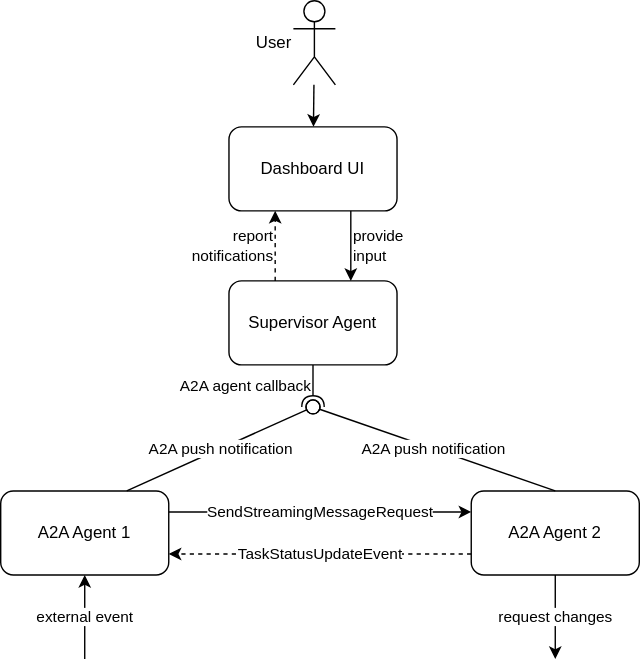
This is drawings/agent/background.drawio.svg from LeegenSteven/NetworkAgent-dev, a draw.io export, as it was before one commit. Source tidied: cells renumbered, new cells last; positions are measured from the earlier drawing's top-left corner, leaving out a move shared by most shapes. Source of this version:
```xml
<mxGraphModel>
  <root>
    <mxCell id="0" />
    <mxCell id="1" parent="0" />
    <mxCell id="2" value="TaskStatusUpdateEvent" style="edgeStyle=none;html=1;dashed=1;entryX=1;entryY=0.75;entryDx=0;entryDy=0;exitX=0;exitY=0.75;exitDx=0;exitDy=0;" parent="1" edge="1" source="4" target="13">
      <mxGeometry relative="1" as="geometry" />
    </mxCell>
    <mxCell id="3" value="request changes" style="edgeStyle=none;html=1;" parent="1" edge="1" source="4">
      <mxGeometry relative="1" as="geometry">
        <mxPoint x="396" y="470" as="targetPoint" />
      </mxGeometry>
    </mxCell>
    <mxCell id="4" value="A2A Agent 2" style="rounded=1;whiteSpace=wrap;html=1;" parent="1" vertex="1">
      <mxGeometry x="336" y="350" width="120" height="60" as="geometry" />
    </mxCell>
    <mxCell id="5" value="report&lt;div&gt;notifications&lt;/div&gt;" style="edgeStyle=none;html=1;startArrow=none;startFill=0;dashed=1;labelPosition=left;verticalLabelPosition=middle;align=right;verticalAlign=middle;" parent="1" edge="1">
      <mxGeometry relative="1" as="geometry">
        <mxPoint x="196" y="200" as="sourcePoint" />
        <mxPoint x="196" y="150" as="targetPoint" />
      </mxGeometry>
    </mxCell>
    <mxCell id="6" value="Supervisor Agent" style="rounded=1;whiteSpace=wrap;html=1;" parent="1" vertex="1">
      <mxGeometry x="163" y="200" width="120" height="60" as="geometry" />
    </mxCell>
    <mxCell id="7" value="provide&lt;div&gt;input&lt;/div&gt;" style="edgeStyle=none;html=1;labelPosition=right;verticalLabelPosition=middle;align=left;verticalAlign=middle;" parent="1" edge="1">
      <mxGeometry relative="1" as="geometry">
        <mxPoint x="250" y="150" as="sourcePoint" />
        <mxPoint x="250" y="200" as="targetPoint" />
      </mxGeometry>
    </mxCell>
    <mxCell id="8" value="Dashboard UI" style="rounded=1;whiteSpace=wrap;html=1;" parent="1" vertex="1">
      <mxGeometry x="163" y="90" width="120" height="60" as="geometry" />
    </mxCell>
    <mxCell id="9" value="A2A agent callback" style="rounded=0;jettySize=auto;html=1;endArrow=halfCircle;endFill=0;endSize=6;strokeWidth=1;sketch=0;exitX=0.5;exitY=1;exitDx=0;exitDy=0;labelPosition=left;verticalLabelPosition=middle;align=right;verticalAlign=middle;" parent="1" edge="1" source="6">
      <mxGeometry relative="1" as="geometry">
        <mxPoint x="223" y="290" as="targetPoint" />
      </mxGeometry>
    </mxCell>
    <mxCell id="10" value="A2A push notification" style="rounded=0;jettySize=auto;html=1;endArrow=oval;endFill=0;sketch=0;sourcePerimeterSpacing=0;targetPerimeterSpacing=0;endSize=10;exitX=0.5;exitY=0;exitDx=0;exitDy=0;" parent="1" edge="1" source="4">
      <mxGeometry relative="1" as="geometry">
        <mxPoint x="223" y="290" as="targetPoint" />
      </mxGeometry>
    </mxCell>
    <mxCell id="11" style="ellipse;whiteSpace=wrap;html=1;align=center;fillColor=none;strokeColor=none;perimeter=centerPerimeter;" parent="1" vertex="1">
      <mxGeometry x="308" y="360" width="10" height="10" as="geometry" />
    </mxCell>
    <mxCell id="12" value="SendStreamingMessageRequest" style="edgeStyle=none;html=1;entryX=0;entryY=0.25;entryDx=0;entryDy=0;exitX=1;exitY=0.25;exitDx=0;exitDy=0;" parent="1" edge="1" source="13" target="4">
      <mxGeometry relative="1" as="geometry" />
    </mxCell>
    <mxCell id="13" value="A2A Agent 1" style="rounded=1;whiteSpace=wrap;html=1;" parent="1" vertex="1">
      <mxGeometry y="350" width="120" height="60" as="geometry" />
    </mxCell>
    <mxCell id="14" value="A2A push notification" style="rounded=0;jettySize=auto;html=1;endArrow=oval;endFill=0;sketch=0;sourcePerimeterSpacing=0;targetPerimeterSpacing=0;endSize=10;exitX=0.75;exitY=0;exitDx=0;exitDy=0;" parent="1" edge="1" source="13">
      <mxGeometry relative="1" as="geometry">
        <mxPoint x="223" y="290" as="targetPoint" />
      </mxGeometry>
    </mxCell>
    <mxCell id="15" value="external event" style="endArrow=classic;html=1;" parent="1" edge="1" target="13">
      <mxGeometry relative="1" as="geometry">
        <mxPoint x="60" y="470" as="sourcePoint" />
      </mxGeometry>
    </mxCell>
    <mxCell id="16" style="edgeStyle=none;html=1;" parent="1" edge="1" source="17" target="8">
      <mxGeometry relative="1" as="geometry" />
    </mxCell>
    <mxCell id="17" value="User" style="shape=umlActor;verticalLabelPosition=middle;verticalAlign=middle;html=1;outlineConnect=0;labelPosition=left;align=right;" parent="1" vertex="1">
      <mxGeometry x="209" width="30" height="60" as="geometry" />
    </mxCell>
  </root>
</mxGraphModel>
```
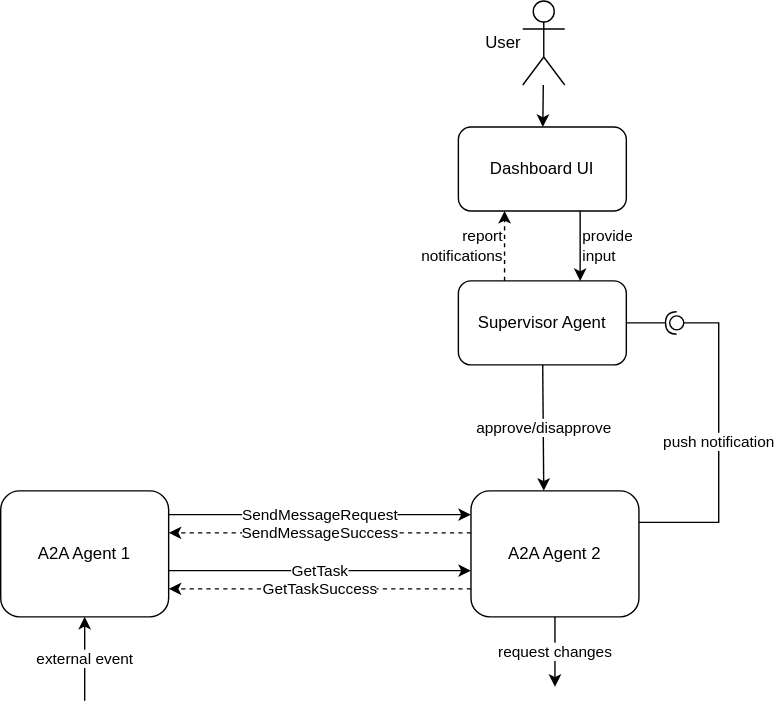
The same file after the commit.

Diff of the diagram source:
```diff
@@ -2,69 +2,91 @@
   <root>
     <mxCell id="0" />
     <mxCell id="1" parent="0" />
-    <mxCell id="2" value="TaskStatusUpdateEvent" style="edgeStyle=none;html=1;dashed=1;entryX=1;entryY=0.75;entryDx=0;entryDy=0;exitX=0;exitY=0.75;exitDx=0;exitDy=0;" parent="1" edge="1" source="4" target="13">
-      <mxGeometry relative="1" as="geometry" />
+    <mxCell id="2" value="SendMessageSuccess" style="edgeStyle=none;html=1;dashed=1;entryX=1;entryY=0.75;entryDx=0;entryDy=0;exitX=0;exitY=0.75;exitDx=0;exitDy=0;" parent="1" edge="1">
+      <mxGeometry relative="1" as="geometry">
+        <mxPoint x="336" y="380" as="sourcePoint" />
+        <mxPoint x="120" y="380" as="targetPoint" />
+      </mxGeometry>
     </mxCell>
     <mxCell id="3" value="request changes" style="edgeStyle=none;html=1;" parent="1" edge="1" source="4">
       <mxGeometry relative="1" as="geometry">
-        <mxPoint x="396" y="470" as="targetPoint" />
+        <mxPoint x="396" y="490" as="targetPoint" />
       </mxGeometry>
     </mxCell>
     <mxCell id="4" value="A2A Agent 2" style="rounded=1;whiteSpace=wrap;html=1;" parent="1" vertex="1">
-      <mxGeometry x="336" y="350" width="120" height="60" as="geometry" />
+      <mxGeometry x="336" y="350" width="120" height="90" as="geometry" />
     </mxCell>
     <mxCell id="5" value="report&lt;div&gt;notifications&lt;/div&gt;" style="edgeStyle=none;html=1;startArrow=none;startFill=0;dashed=1;labelPosition=left;verticalLabelPosition=middle;align=right;verticalAlign=middle;" parent="1" edge="1">
       <mxGeometry relative="1" as="geometry">
-        <mxPoint x="196" y="200" as="sourcePoint" />
-        <mxPoint x="196" y="150" as="targetPoint" />
+        <mxPoint x="360" y="200" as="sourcePoint" />
+        <mxPoint x="360" y="150" as="targetPoint" />
       </mxGeometry>
     </mxCell>
+    <mxCell id="18" value="approve/disapprove" style="edgeStyle=none;html=1;entryX=0.25;entryY=0;entryDx=0;entryDy=0;" parent="1" edge="1" source="6">
+      <mxGeometry relative="1" as="geometry">
+        <mxPoint x="388" y="350" as="targetPoint" />
+      </mxGeometry>
+    </mxCell>
     <mxCell id="6" value="Supervisor Agent" style="rounded=1;whiteSpace=wrap;html=1;" parent="1" vertex="1">
-      <mxGeometry x="163" y="200" width="120" height="60" as="geometry" />
+      <mxGeometry x="327" y="200" width="120" height="60" as="geometry" />
     </mxCell>
     <mxCell id="7" value="provide&lt;div&gt;input&lt;/div&gt;" style="edgeStyle=none;html=1;labelPosition=right;verticalLabelPosition=middle;align=left;verticalAlign=middle;" parent="1" edge="1">
       <mxGeometry relative="1" as="geometry">
-        <mxPoint x="250" y="150" as="sourcePoint" />
-        <mxPoint x="250" y="200" as="targetPoint" />
+        <mxPoint x="414" y="150" as="sourcePoint" />
+        <mxPoint x="414" y="200" as="targetPoint" />
       </mxGeometry>
     </mxCell>
     <mxCell id="8" value="Dashboard UI" style="rounded=1;whiteSpace=wrap;html=1;" parent="1" vertex="1">
-      <mxGeometry x="163" y="90" width="120" height="60" as="geometry" />
+      <mxGeometry x="327" y="90" width="120" height="60" as="geometry" />
     </mxCell>
-    <mxCell id="9" value="A2A agent callback" style="rounded=0;jettySize=auto;html=1;endArrow=halfCircle;endFill=0;endSize=6;strokeWidth=1;sketch=0;exitX=0.5;exitY=1;exitDx=0;exitDy=0;labelPosition=left;verticalLabelPosition=middle;align=right;verticalAlign=middle;" parent="1" edge="1" source="6">
+    <mxCell id="9" style="rounded=0;jettySize=auto;html=1;endArrow=halfCircle;endFill=0;endSize=6;strokeWidth=1;sketch=0;exitX=1;exitY=0.5;exitDx=0;exitDy=0;labelPosition=left;verticalLabelPosition=middle;align=right;verticalAlign=middle;" parent="1" edge="1" source="6">
       <mxGeometry relative="1" as="geometry">
-        <mxPoint x="223" y="290" as="targetPoint" />
+        <mxPoint x="483" y="230" as="targetPoint" />
       </mxGeometry>
     </mxCell>
-    <mxCell id="10" value="A2A push notification" style="rounded=0;jettySize=auto;html=1;endArrow=oval;endFill=0;sketch=0;sourcePerimeterSpacing=0;targetPerimeterSpacing=0;endSize=10;exitX=0.5;exitY=0;exitDx=0;exitDy=0;" parent="1" edge="1" source="4">
+    <mxCell id="10" value="push notification" style="rounded=0;jettySize=auto;html=1;endArrow=oval;endFill=0;sketch=0;sourcePerimeterSpacing=0;targetPerimeterSpacing=0;endSize=10;exitX=1;exitY=0.25;exitDx=0;exitDy=0;edgeStyle=orthogonalEdgeStyle;" parent="1" edge="1" source="4">
       <mxGeometry relative="1" as="geometry">
-        <mxPoint x="223" y="290" as="targetPoint" />
+        <mxPoint x="483" y="230" as="targetPoint" />
+        <Array as="points">
+          <mxPoint x="513" y="373" />
+          <mxPoint x="513" y="230" />
+        </Array>
       </mxGeometry>
     </mxCell>
     <mxCell id="11" style="ellipse;whiteSpace=wrap;html=1;align=center;fillColor=none;strokeColor=none;perimeter=centerPerimeter;" parent="1" vertex="1">
-      <mxGeometry x="308" y="360" width="10" height="10" as="geometry" />
+      <mxGeometry x="308" y="368" width="10" height="10" as="geometry" />
     </mxCell>
-    <mxCell id="12" value="SendStreamingMessageRequest" style="edgeStyle=none;html=1;entryX=0;entryY=0.25;entryDx=0;entryDy=0;exitX=1;exitY=0.25;exitDx=0;exitDy=0;" parent="1" edge="1" source="13" target="4">
-      <mxGeometry relative="1" as="geometry" />
+    <mxCell id="12" value="SendMessageRequest" style="edgeStyle=none;html=1;entryX=0;entryY=0.25;entryDx=0;entryDy=0;exitX=1;exitY=0.25;exitDx=0;exitDy=0;" parent="1" edge="1">
+      <mxGeometry relative="1" as="geometry">
+        <mxPoint x="120" y="367" as="sourcePoint" />
+        <mxPoint x="336" y="367" as="targetPoint" />
+      </mxGeometry>
     </mxCell>
     <mxCell id="13" value="A2A Agent 1" style="rounded=1;whiteSpace=wrap;html=1;" parent="1" vertex="1">
-      <mxGeometry y="350" width="120" height="60" as="geometry" />
+      <mxGeometry y="350" width="120" height="90" as="geometry" />
     </mxCell>
-    <mxCell id="14" value="A2A push notification" style="rounded=0;jettySize=auto;html=1;endArrow=oval;endFill=0;sketch=0;sourcePerimeterSpacing=0;targetPerimeterSpacing=0;endSize=10;exitX=0.75;exitY=0;exitDx=0;exitDy=0;" parent="1" edge="1" source="13">
-      <mxGeometry relative="1" as="geometry">
-        <mxPoint x="223" y="290" as="targetPoint" />
-      </mxGeometry>
-    </mxCell>
     <mxCell id="15" value="external event" style="endArrow=classic;html=1;" parent="1" edge="1" target="13">
       <mxGeometry relative="1" as="geometry">
-        <mxPoint x="60" y="470" as="sourcePoint" />
+        <mxPoint x="60" y="500" as="sourcePoint" />
       </mxGeometry>
     </mxCell>
     <mxCell id="16" style="edgeStyle=none;html=1;" parent="1" edge="1" source="17" target="8">
       <mxGeometry relative="1" as="geometry" />
     </mxCell>
     <mxCell id="17" value="User" style="shape=umlActor;verticalLabelPosition=middle;verticalAlign=middle;html=1;outlineConnect=0;labelPosition=left;align=right;" parent="1" vertex="1">
-      <mxGeometry x="209" width="30" height="60" as="geometry" />
+      <mxGeometry x="373" width="30" height="60" as="geometry" />
     </mxCell>
+    <mxCell id="19" value="GetTaskSuccess" style="edgeStyle=none;html=1;dashed=1;entryX=1;entryY=0.75;entryDx=0;entryDy=0;exitX=0;exitY=0.75;exitDx=0;exitDy=0;" parent="1" edge="1">
+      <mxGeometry relative="1" as="geometry">
+        <mxPoint x="336" y="420" as="sourcePoint" />
+        <mxPoint x="120" y="420" as="targetPoint" />
+      </mxGeometry>
+    </mxCell>
+    <mxCell id="20" value="GetTask" style="edgeStyle=none;html=1;entryX=0;entryY=0.25;entryDx=0;entryDy=0;exitX=1;exitY=0.25;exitDx=0;exitDy=0;" parent="1" edge="1">
+      <mxGeometry relative="1" as="geometry">
+        <mxPoint x="120" y="407" as="sourcePoint" />
+        <mxPoint x="336" y="407" as="targetPoint" />
+      </mxGeometry>
+    </mxCell>
   </root>
 </mxGraphModel>
```
